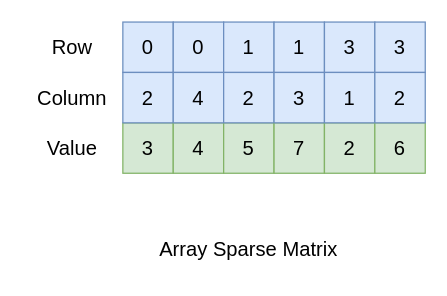
This is src/matrix/sparse-matrix/assets/array-sparse-matrix.drawio from XuShaohua/TheAlgorithms, a draw.io file, before an edit. Source tidied: cells renumbered, new cells numbered last; positions are measured from the earlier drawing's top-left corner, leaving out a move shared by most shapes. Both pictures are drawn from the tidied source at 126%, with x=0, y=0 at pixel (21, 21).
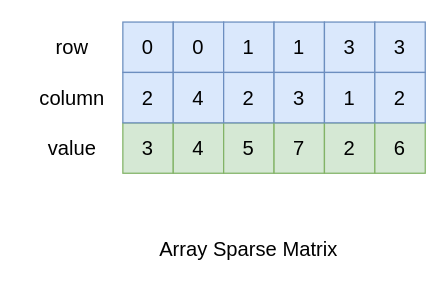
The same diagram, later.

Commit message (it also covers changes not shown here):
matrix: Add chart for list of list sparse matrix

Change to the diagram source:
```diff
@@
-    <mxCell id="20" value="Row" style="text;html=1;align=center;verticalAlign=middle;whiteSpace=wrap;rounded=0;fontFamily=Ubuntu;fontSize=16;fontStyle=0;" parent="1" vertex="1">
+    <mxCell id="20" value="row" style="text;html=1;align=center;verticalAlign=middle;whiteSpace=wrap;rounded=0;fontFamily=Ubuntu;fontSize=16;fontStyle=0;" parent="1" vertex="1">
       <mxGeometry width="80" height="40" as="geometry" />
     </mxCell>
-    <mxCell id="21" value="Column" style="text;html=1;align=center;verticalAlign=middle;whiteSpace=wrap;rounded=0;fontFamily=Ubuntu;fontSize=16;fontStyle=0;" parent="1" vertex="1">
+    <mxCell id="21" value="column" style="text;html=1;align=center;verticalAlign=middle;whiteSpace=wrap;rounded=0;fontFamily=Ubuntu;fontSize=16;fontStyle=0;" parent="1" vertex="1">
       <mxGeometry y="40" width="80" height="40" as="geometry" />
     </mxCell>
-    <mxCell id="22" value="Value" style="text;html=1;align=center;verticalAlign=middle;whiteSpace=wrap;rounded=0;fontFamily=Ubuntu;fontSize=16;fontStyle=0;" parent="1" vertex="1">
+    <mxCell id="22" value="value" style="text;html=1;align=center;verticalAlign=middle;whiteSpace=wrap;rounded=0;fontFamily=Ubuntu;fontSize=16;fontStyle=0;" parent="1" vertex="1">
       <mxGeometry y="80" width="80" height="40" as="geometry" />
     </mxCell>
```
